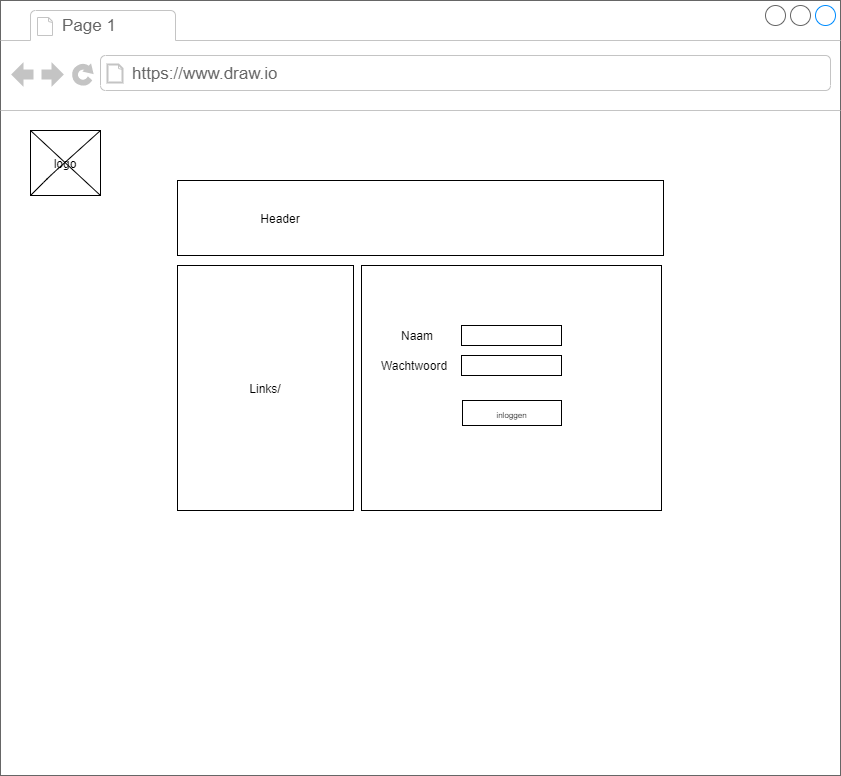
michligtenberg/beroeps-stagewebsite keeps this draw.io diagram as Documents/Images_IPP/inlog.png. Above is the earlier version. Source tidied: cells renumbered, new cells last; positions are measured from the earlier drawing's top-left corner, leaving out a move shared by most shapes.
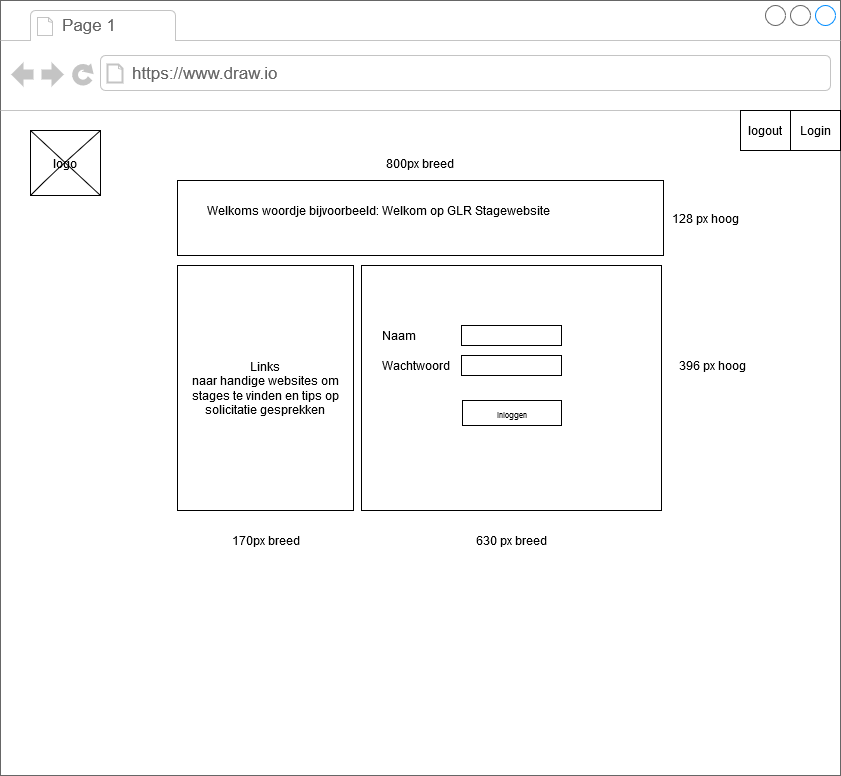
After the change.

The edit, as a diff of the source:
```diff
@@ -20,7 +20,7 @@
     <mxCell id="7" style="rounded=0;whiteSpace=wrap;html=1;" parent="2" vertex="1">
       <mxGeometry x="177" y="180" width="486" height="75" as="geometry" />
     </mxCell>
-    <mxCell id="8" value="Links/" style="rounded=0;whiteSpace=wrap;html=1;" parent="2" vertex="1">
+    <mxCell id="8" value="&lt;div&gt;Links&lt;/div&gt;&lt;div&gt;naar handige websites om stages te vinden en tips op solicitatie gesprekken&lt;br&gt;&lt;/div&gt;" style="rounded=0;whiteSpace=wrap;html=1;" parent="2" vertex="1">
       <mxGeometry x="177" y="265" width="176" height="245" as="geometry" />
     </mxCell>
     <mxCell id="9" value="logo" style="rounded=0;whiteSpace=wrap;html=1;" parent="2" vertex="1">
@@ -36,8 +36,8 @@
     <mxCell id="11" style="endArrow=none;html=1;entryX=1;entryY=1;entryDx=0;entryDy=0;exitX=0;exitY=0;exitDx=0;exitDy=0;" parent="2" edge="1" source="9" target="9">
       <mxGeometry relative="1" as="geometry" />
     </mxCell>
-    <mxCell id="12" value="Header" style="text;html=1;strokeColor=none;fillColor=none;align=center;verticalAlign=middle;whiteSpace=wrap;rounded=0;" parent="2" vertex="1">
-      <mxGeometry x="260" y="208" width="40" height="20" as="geometry" />
+    <mxCell id="12" value="Welkoms woordje bijvoorbeeld: Welkom op GLR Stagewebsite" style="text;html=1;strokeColor=none;fillColor=none;align=center;verticalAlign=middle;whiteSpace=wrap;rounded=0;" parent="2" vertex="1">
+      <mxGeometry x="177" y="200" width="403" height="20" as="geometry" />
     </mxCell>
     <mxCell id="13" style="rounded=0;whiteSpace=wrap;html=1;strokeColor=#000000;" parent="2" vertex="1">
       <mxGeometry x="461" y="325" width="100" height="20" as="geometry" />
@@ -45,11 +45,38 @@
     <mxCell id="14" style="rounded=0;whiteSpace=wrap;html=1;strokeColor=#000000;" parent="2" vertex="1">
       <mxGeometry x="461" y="355" width="100" height="20" as="geometry" />
     </mxCell>
-    <mxCell id="15" value="Naam" style="text;html=1;strokeColor=none;fillColor=none;align=center;verticalAlign=middle;whiteSpace=wrap;rounded=0;" parent="2" vertex="1">
-      <mxGeometry x="385" y="325" width="64" height="20" as="geometry" />
+    <mxCell id="15" value="&lt;div align=&quot;left&quot;&gt;Naam&lt;/div&gt;" style="text;html=1;strokeColor=none;fillColor=none;align=left;verticalAlign=middle;whiteSpace=wrap;rounded=0;" parent="2" vertex="1">
+      <mxGeometry x="380" y="325" width="64" height="20" as="geometry" />
     </mxCell>
-    <mxCell id="16" value="Wachtwoord" style="text;html=1;strokeColor=none;fillColor=none;align=center;verticalAlign=middle;whiteSpace=wrap;rounded=0;" parent="2" vertex="1">
-      <mxGeometry x="382" y="355" width="64" height="20" as="geometry" />
+    <mxCell id="16" value="&lt;div align=&quot;left&quot;&gt;Wachtwoord&lt;/div&gt;" style="text;html=1;strokeColor=none;fillColor=none;align=left;verticalAlign=middle;whiteSpace=wrap;rounded=0;" parent="2" vertex="1">
+      <mxGeometry x="380" y="355" width="64" height="20" as="geometry" />
     </mxCell>
+    <mxCell id="17" value="Login" style="rounded=0;whiteSpace=wrap;html=1;" parent="2" vertex="1">
+      <mxGeometry x="790" y="110" width="50" height="40" as="geometry" />
+    </mxCell>
+    <mxCell id="18" value="logout" style="rounded=0;whiteSpace=wrap;html=1;" parent="2" vertex="1">
+      <mxGeometry x="740" y="110" width="50" height="40" as="geometry" />
+    </mxCell>
+    <mxCell id="19" value="800px breed" style="text;html=1;strokeColor=none;fillColor=none;align=center;verticalAlign=middle;whiteSpace=wrap;rounded=0;" parent="2" vertex="1">
+      <mxGeometry x="372" y="152.5" width="96" height="20" as="geometry" />
+    </mxCell>
+    <mxCell id="20" value="128 px hoog" style="text;html=1;strokeColor=none;fillColor=none;align=center;verticalAlign=middle;whiteSpace=wrap;rounded=0;" parent="2" vertex="1">
+      <mxGeometry x="670" y="207.5" width="70" height="20" as="geometry" />
+    </mxCell>
+    <mxCell id="21" value="630 px breed" style="text;html=1;strokeColor=none;fillColor=none;align=center;verticalAlign=middle;whiteSpace=wrap;rounded=0;" parent="2" vertex="1">
+      <mxGeometry x="462" y="530" width="99" height="20" as="geometry" />
+    </mxCell>
+    <mxCell id="22" value="170px breed" style="text;html=1;strokeColor=none;fillColor=none;align=center;verticalAlign=middle;whiteSpace=wrap;rounded=0;" parent="2" vertex="1">
+      <mxGeometry x="222.5" y="530" width="85" height="20" as="geometry" />
+    </mxCell>
+    <mxCell id="23" value="396 px hoog" style="text;html=1;strokeColor=none;fillColor=none;align=center;verticalAlign=middle;whiteSpace=wrap;rounded=0;" parent="2" vertex="1">
+      <mxGeometry x="670" y="355" width="85" height="20" as="geometry" />
+    </mxCell>
+    <mxCell id="24" value="Login" style="rounded=0;whiteSpace=wrap;html=1;" parent="1" vertex="1">
+      <mxGeometry x="790" y="110" width="50" height="40" as="geometry" />
+    </mxCell>
+    <mxCell id="25" value="Login" style="rounded=0;whiteSpace=wrap;html=1;" parent="1" vertex="1">
+      <mxGeometry x="790" y="110" width="50" height="40" as="geometry" />
+    </mxCell>
   </root>
 </mxGraphModel>
```
